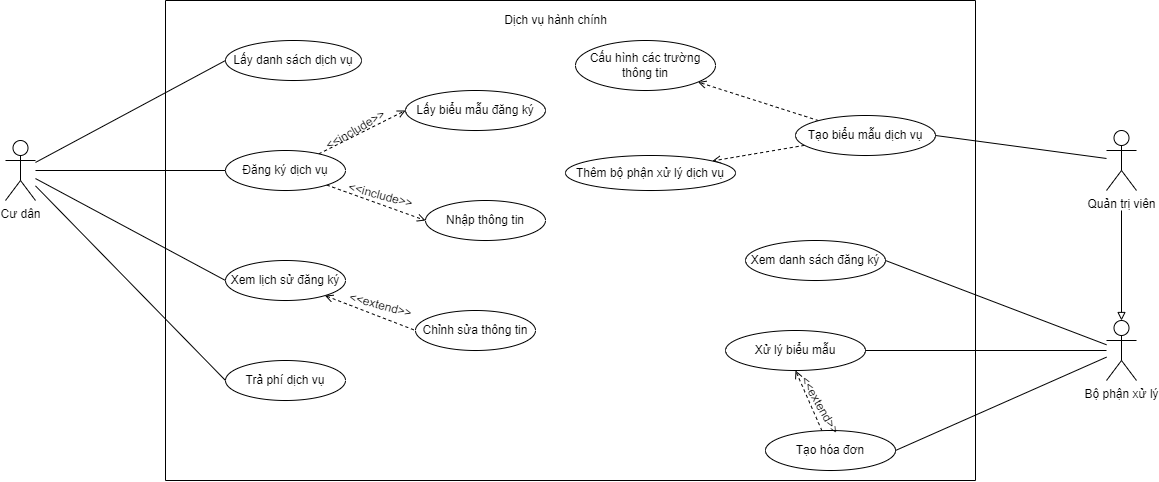
Before: usecase diagram/hành chính số.drawio.png, a diagram exported from draw.io (kienndhn/draw-io). Source tidied: cells renumbered, new cells last; positions are measured from the earlier drawing's top-left corner, leaving out a move shared by most shapes.
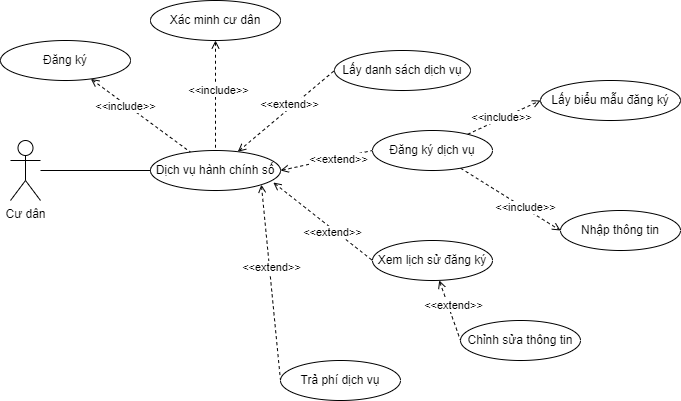
After the change.

Change to the diagram source:
```diff
@@ -2,116 +2,107 @@
   <root>
     <mxCell id="0" />
     <mxCell id="1" parent="0" />
-    <mxCell id="2" style="swimlane;startSize=0;" parent="1" vertex="1">
-      <mxGeometry x="160" width="810" height="480" as="geometry" />
-    </mxCell>
+    <mxCell id="26" style="rounded=0;jettySize=auto;html=1;entryX=0;entryY=0.5;entryDx=0;entryDy=0;endArrow=none;endFill=0;dashed=1;startArrow=open;startFill=0;" parent="1" edge="1" source="46" target="3">
+      <mxGeometry relative="1" as="geometry" />
+    </mxCell>
+    <mxCell id="39" value="&amp;lt;&amp;lt;extend&amp;gt;&amp;gt;" style="edgeLabel;html=1;align=center;verticalAlign=middle;" parent="26" vertex="1">
+      <mxGeometry x="0.11" y="3" relative="1" as="geometry">
+        <mxPoint x="-1" as="offset" />
+      </mxGeometry>
+    </mxCell>
+    <mxCell id="27" style="edgeStyle=none;rounded=0;jettySize=auto;html=1;entryX=0;entryY=0.5;entryDx=0;entryDy=0;endArrow=none;endFill=0;exitX=1;exitY=0.5;exitDx=0;exitDy=0;startArrow=open;startFill=0;dashed=1;" parent="1" edge="1" source="46" target="6">
+      <mxGeometry relative="1" as="geometry" />
+    </mxCell>
+    <mxCell id="40" value="&amp;lt;&amp;lt;extend&amp;gt;&amp;gt;" style="edgeLabel;html=1;align=center;verticalAlign=middle;" parent="27" vertex="1">
+      <mxGeometry x="0.25" y="-2" relative="1" as="geometry">
+        <mxPoint y="-1" as="offset" />
+      </mxGeometry>
+    </mxCell>
+    <mxCell id="28" style="edgeStyle=none;rounded=0;jettySize=auto;html=1;entryX=0;entryY=0.5;entryDx=0;entryDy=0;endArrow=none;endFill=0;exitX=0.945;exitY=0.8;exitDx=0;exitDy=0;exitPerimeter=0;dashed=1;startArrow=open;startFill=0;" parent="1" edge="1" source="46" target="13">
+      <mxGeometry relative="1" as="geometry" />
+    </mxCell>
+    <mxCell id="41" value="&amp;lt;&amp;lt;extend&amp;gt;&amp;gt;" style="edgeLabel;html=1;align=center;verticalAlign=middle;" parent="28" vertex="1">
+      <mxGeometry x="0.21" y="-3" relative="1" as="geometry" />
+    </mxCell>
+    <mxCell id="29" style="edgeStyle=none;rounded=0;jettySize=auto;html=1;entryX=0;entryY=0.5;entryDx=0;entryDy=0;endArrow=none;endFill=0;exitX=1;exitY=1;exitDx=0;exitDy=0;dashed=1;startArrow=open;startFill=0;" parent="1" edge="1" source="46" target="25">
+      <mxGeometry relative="1" as="geometry" />
+    </mxCell>
+    <mxCell id="42" value="&amp;lt;&amp;lt;extend&amp;gt;&amp;gt;" style="edgeLabel;html=1;align=center;verticalAlign=middle;" parent="29" vertex="1">
+      <mxGeometry x="-0.17" y="2" relative="1" as="geometry" />
+    </mxCell>
-    <mxCell id="3" value="Lấy danh sách dịch vụ" style="ellipse;whiteSpace=wrap;html=1;" parent="2" vertex="1">
-      <mxGeometry x="60" y="40" width="136" height="40" as="geometry" />
+    <mxCell id="3" value="Lấy danh sách dịch vụ" style="ellipse;whiteSpace=wrap;html=1;" parent="1" vertex="1">
+      <mxGeometry x="324" y="50" width="136" height="40" as="geometry" />
     </mxCell>
-    <mxCell id="4" style="edgeStyle=none;rounded=0;jettySize=auto;html=1;entryX=0;entryY=0.5;entryDx=0;entryDy=0;endArrow=open;endFill=0;dashed=1;" parent="2" edge="1" source="6" target="14">
+    <mxCell id="4" style="edgeStyle=none;rounded=0;jettySize=auto;html=1;entryX=0;entryY=0.5;entryDx=0;entryDy=0;endArrow=open;endFill=0;dashed=1;" parent="1" edge="1" source="6" target="14">
       <mxGeometry relative="1" as="geometry" />
     </mxCell>
+    <mxCell id="43" value="&amp;lt;&amp;lt;include&amp;gt;&amp;gt;" style="edgeLabel;html=1;align=center;verticalAlign=middle;" parent="4" vertex="1">
+      <mxGeometry x="-0.32" relative="1" as="geometry">
+        <mxPoint x="9" y="-6" as="offset" />
+      </mxGeometry>
+    </mxCell>
-    <mxCell id="5" style="edgeStyle=none;rounded=0;jettySize=auto;html=1;entryX=0;entryY=0.5;entryDx=0;entryDy=0;endArrow=open;endFill=0;dashed=1;" parent="2" edge="1" source="6" target="8">
+    <mxCell id="5" style="edgeStyle=none;rounded=0;jettySize=auto;html=1;entryX=0;entryY=0.5;entryDx=0;entryDy=0;endArrow=open;endFill=0;dashed=1;" parent="1" edge="1" source="6" target="8">
       <mxGeometry relative="1" as="geometry" />
     </mxCell>
+    <mxCell id="44" value="&amp;lt;&amp;lt;include&amp;gt;&amp;gt;" style="edgeLabel;html=1;align=center;verticalAlign=middle;" parent="5" vertex="1">
+      <mxGeometry x="0.26" y="1" relative="1" as="geometry">
+        <mxPoint x="1" as="offset" />
+      </mxGeometry>
+    </mxCell>
-    <mxCell id="6" value="Đăng ký dịch vụ" style="ellipse;whiteSpace=wrap;html=1;" parent="2" vertex="1">
-      <mxGeometry x="60" y="150" width="120" height="40" as="geometry" />
+    <mxCell id="6" value="Đăng ký dịch vụ" style="ellipse;whiteSpace=wrap;html=1;" parent="1" vertex="1">
+      <mxGeometry x="362" y="130" width="120" height="40" as="geometry" />
     </mxCell>
-    <mxCell id="7" value="Chỉnh sửa thông tin" style="ellipse;whiteSpace=wrap;html=1;" parent="2" vertex="1">
-      <mxGeometry x="250" y="310" width="120" height="40" as="geometry" />
+    <mxCell id="7" value="Chỉnh sửa thông tin" style="ellipse;whiteSpace=wrap;html=1;" parent="1" vertex="1">
+      <mxGeometry x="450" y="320" width="120" height="40" as="geometry" />
     </mxCell>
-    <mxCell id="8" value="Nhập thông tin" style="ellipse;whiteSpace=wrap;html=1;" parent="2" vertex="1">
-      <mxGeometry x="260" y="200" width="120" height="40" as="geometry" />
+    <mxCell id="8" value="Nhập thông tin" style="ellipse;whiteSpace=wrap;html=1;" parent="1" vertex="1">
+      <mxGeometry x="550" y="210" width="120" height="40" as="geometry" />
     </mxCell>
-    <mxCell id="9" style="rounded=0;jettySize=auto;html=1;dashed=1;endArrow=open;endFill=0;" parent="2" edge="1" source="11" target="18">
-      <mxGeometry relative="1" as="geometry" />
-    </mxCell>
-    <mxCell id="10" style="edgeStyle=none;rounded=0;jettySize=auto;html=1;entryX=1;entryY=0;entryDx=0;entryDy=0;dashed=1;endArrow=open;endFill=0;" parent="2" edge="1" source="11" target="19">
-      <mxGeometry relative="1" as="geometry" />
-    </mxCell>
-    <mxCell id="11" value="Tạo biểu mẫu dịch vụ" style="ellipse;whiteSpace=wrap;html=1;" parent="2" vertex="1">
-      <mxGeometry x="630" y="115" width="140" height="40" as="geometry" />
-    </mxCell>
-    <mxCell id="12" style="edgeStyle=none;rounded=0;jettySize=auto;html=1;entryX=0;entryY=0.5;entryDx=0;entryDy=0;endArrow=none;endFill=0;dashed=1;startArrow=open;startFill=0;" parent="2" edge="1" source="13" target="7">
+    <mxCell id="12" style="edgeStyle=none;rounded=0;jettySize=auto;html=1;entryX=0;entryY=0.5;entryDx=0;entryDy=0;endArrow=none;endFill=0;dashed=1;startArrow=open;startFill=0;" parent="1" edge="1" source="13" target="7">
       <mxGeometry relative="1" as="geometry" />
     </mxCell>
+    <mxCell id="45" value="&amp;lt;&amp;lt;extend&amp;gt;&amp;gt;" style="edgeLabel;html=1;align=center;verticalAlign=middle;" parent="12" vertex="1">
+      <mxGeometry x="0.28" relative="1" as="geometry">
+        <mxPoint y="-14" as="offset" />
+      </mxGeometry>
+    </mxCell>
-    <mxCell id="13" value="Xem lịch sử đăng ký" style="ellipse;whiteSpace=wrap;html=1;" parent="2" vertex="1">
-      <mxGeometry x="60" y="260" width="120" height="40" as="geometry" />
+    <mxCell id="13" value="Xem lịch sử đăng ký" style="ellipse;whiteSpace=wrap;html=1;" parent="1" vertex="1">
+      <mxGeometry x="362" y="240" width="120" height="40" as="geometry" />
     </mxCell>
-    <mxCell id="14" value="Lấy biểu mẫu đăng ký" style="ellipse;whiteSpace=wrap;html=1;" parent="2" vertex="1">
-      <mxGeometry x="240" y="90" width="140" height="40" as="geometry" />
+    <mxCell id="14" value="Lấy biểu mẫu đăng ký" style="ellipse;whiteSpace=wrap;html=1;" parent="1" vertex="1">
+      <mxGeometry x="530" y="80" width="140" height="40" as="geometry" />
     </mxCell>
-    <mxCell id="15" value="&amp;lt;&amp;lt;include&amp;gt;&amp;gt;" style="text;html=1;align=center;verticalAlign=middle;strokeColor=none;fillColor=none;rotation=15;" parent="2" vertex="1">
-      <mxGeometry x="170" y="180" width="90" height="30" as="geometry" />
-    </mxCell>
-    <mxCell id="16" value="&amp;lt;&amp;lt;include&amp;gt;&amp;gt;" style="text;html=1;align=center;verticalAlign=middle;strokeColor=none;fillColor=none;rotation=-30;" parent="2" vertex="1">
-      <mxGeometry x="145" y="115" width="90" height="30" as="geometry" />
-    </mxCell>
-    <mxCell id="17" value="&amp;lt;&amp;lt;extend&amp;gt;&amp;gt;" style="text;html=1;align=center;verticalAlign=middle;strokeColor=none;fillColor=none;rotation=15;" parent="2" vertex="1">
-      <mxGeometry x="170" y="290" width="90" height="30" as="geometry" />
-    </mxCell>
-    <mxCell id="18" value="Cấu hình các trường thông tin" style="ellipse;whiteSpace=wrap;html=1;" parent="2" vertex="1">
-      <mxGeometry x="410" y="40" width="140" height="50" as="geometry" />
-    </mxCell>
-    <mxCell id="19" value="Thêm bộ phận xử lý dịch vụ" style="ellipse;whiteSpace=wrap;html=1;" parent="2" vertex="1">
-      <mxGeometry x="400" y="155" width="170" height="35" as="geometry" />
-    </mxCell>
-    <mxCell id="20" value="Xem danh sách đăng ký" style="ellipse;whiteSpace=wrap;html=1;" parent="2" vertex="1">
-      <mxGeometry x="580" y="240" width="140" height="40" as="geometry" />
-    </mxCell>
-    <mxCell id="21" value="Xử lý biểu mẫu" style="ellipse;whiteSpace=wrap;html=1;" parent="2" vertex="1">
-      <mxGeometry x="560" y="330" width="140" height="40" as="geometry" />
-    </mxCell>
-    <mxCell id="22" style="edgeStyle=none;rounded=0;jettySize=auto;html=1;entryX=0.5;entryY=1;entryDx=0;entryDy=0;endArrow=open;endFill=0;dashed=1;" parent="2" edge="1" source="23" target="21">
-      <mxGeometry relative="1" as="geometry" />
-    </mxCell>
-    <mxCell id="23" value="Tạo hóa đơn" style="ellipse;whiteSpace=wrap;html=1;" parent="2" vertex="1">
-      <mxGeometry x="600" y="430" width="130" height="40" as="geometry" />
-    </mxCell>
-    <mxCell id="24" value="&amp;lt;&amp;lt;extend&amp;gt;&amp;gt;" style="text;html=1;align=center;verticalAlign=middle;strokeColor=none;fillColor=none;rotation=60;" parent="2" vertex="1">
-      <mxGeometry x="610" y="389.5" width="90" height="30" as="geometry" />
-    </mxCell>
-    <mxCell id="25" value="Trả phí dịch vụ" style="ellipse;whiteSpace=wrap;html=1;" parent="2" vertex="1">
-      <mxGeometry x="60" y="360" width="120" height="40" as="geometry" />
+    <mxCell id="25" value="Trả phí dịch vụ" style="ellipse;whiteSpace=wrap;html=1;" parent="1" vertex="1">
+      <mxGeometry x="270" y="360" width="120" height="40" as="geometry" />
     </mxCell>
-    <mxCell id="26" style="rounded=0;jettySize=auto;html=1;entryX=0;entryY=0.5;entryDx=0;entryDy=0;endArrow=none;endFill=0;" parent="1" edge="1" source="30" target="3">
-      <mxGeometry relative="1" as="geometry" />
-    </mxCell>
-    <mxCell id="27" style="edgeStyle=none;rounded=0;jettySize=auto;html=1;entryX=0;entryY=0.5;entryDx=0;entryDy=0;endArrow=none;endFill=0;" parent="1" edge="1" source="30" target="6">
-      <mxGeometry relative="1" as="geometry" />
-    </mxCell>
-    <mxCell id="28" style="edgeStyle=none;rounded=0;jettySize=auto;html=1;entryX=0;entryY=0.5;entryDx=0;entryDy=0;endArrow=none;endFill=0;" parent="1" edge="1" source="30" target="13">
-      <mxGeometry relative="1" as="geometry" />
-    </mxCell>
-    <mxCell id="29" style="edgeStyle=none;rounded=0;jettySize=auto;html=1;entryX=0;entryY=0.5;entryDx=0;entryDy=0;endArrow=none;endFill=0;" parent="1" edge="1" source="30" target="25">
-      <mxGeometry relative="1" as="geometry" />
-    </mxCell>
+    <mxCell id="46" value="Dịch vụ hành chính số" style="ellipse;whiteSpace=wrap;html=1;" parent="1" vertex="1">
+      <mxGeometry x="140" y="150" width="130" height="40" as="geometry" />
+    </mxCell>
+    <mxCell id="47" style="edgeStyle=none;rounded=0;jettySize=auto;html=1;entryX=0;entryY=0.5;entryDx=0;entryDy=0;startArrow=none;startFill=0;endArrow=none;endFill=0;" parent="1" edge="1" source="30" target="46">
+      <mxGeometry relative="1" as="geometry" />
+    </mxCell>
     <mxCell id="30" value="Cư dân" style="shape=umlActor;verticalLabelPosition=bottom;verticalAlign=top;html=1;outlineConnect=0;" parent="1" vertex="1">
       <mxGeometry y="140" width="30" height="60" as="geometry" />
     </mxCell>
-    <mxCell id="31" style="edgeStyle=none;rounded=0;jettySize=auto;html=1;entryX=1;entryY=0.5;entryDx=0;entryDy=0;endArrow=none;endFill=0;" parent="1" edge="1" source="32" target="11">
-      <mxGeometry relative="1" as="geometry" />
-    </mxCell>
-    <mxCell id="32" value="Quản trị viên" style="shape=umlActor;verticalLabelPosition=bottom;verticalAlign=top;html=1;outlineConnect=0;" parent="1" vertex="1">
-      <mxGeometry x="1101" y="130" width="30" height="60" as="geometry" />
-    </mxCell>
-    <mxCell id="33" style="edgeStyle=none;rounded=0;jettySize=auto;html=1;entryX=1;entryY=0.5;entryDx=0;entryDy=0;endArrow=none;endFill=0;" parent="1" edge="1" source="37" target="20">
-      <mxGeometry relative="1" as="geometry" />
-    </mxCell>
-    <mxCell id="34" style="edgeStyle=none;rounded=0;jettySize=auto;html=1;entryX=1;entryY=0.5;entryDx=0;entryDy=0;endArrow=none;endFill=0;" parent="1" edge="1" source="37" target="21">
-      <mxGeometry relative="1" as="geometry" />
-    </mxCell>
-    <mxCell id="35" style="edgeStyle=none;rounded=0;jettySize=auto;html=1;entryX=1;entryY=0.5;entryDx=0;entryDy=0;endArrow=none;endFill=0;" parent="1" edge="1" source="37" target="23">
-      <mxGeometry relative="1" as="geometry" />
-    </mxCell>
-    <mxCell id="36" style="edgeStyle=none;rounded=0;jettySize=auto;html=1;entryX=0.5;entryY=1.333;entryDx=0;entryDy=0;entryPerimeter=0;endArrow=none;endFill=0;startArrow=block;startFill=0;" parent="1" edge="1" source="37" target="32">
-      <mxGeometry relative="1" as="geometry" />
-    </mxCell>
-    <mxCell id="37" value="Bộ phận xử lý" style="shape=umlActor;verticalLabelPosition=bottom;verticalAlign=top;html=1;outlineConnect=0;" parent="1" vertex="1">
-      <mxGeometry x="1101" y="320" width="30" height="60" as="geometry" />
-    </mxCell>
-    <mxCell id="38" value="Dịch vụ hành chính" style="text;html=1;align=center;verticalAlign=middle;strokeColor=none;fillColor=none;" parent="1" vertex="1">
-      <mxGeometry x="485" y="5" width="130" height="30" as="geometry" />
-    </mxCell>
+    <mxCell id="48" style="edgeStyle=none;rounded=0;jettySize=auto;html=1;startArrow=open;startFill=0;endArrow=none;endFill=0;dashed=1;" parent="1" edge="1" source="50" target="46">
+      <mxGeometry relative="1" as="geometry" />
+    </mxCell>
+    <mxCell id="49" value="&amp;lt;&amp;lt;include&amp;gt;&amp;gt;" style="edgeLabel;html=1;align=center;verticalAlign=middle;" parent="48" vertex="1">
+      <mxGeometry x="-0.29" y="-1" relative="1" as="geometry" />
+    </mxCell>
+    <mxCell id="50" value="Đăng ký" style="ellipse;whiteSpace=wrap;html=1;" parent="1" vertex="1">
+      <mxGeometry x="-10" y="40" width="130" height="40" as="geometry" />
+    </mxCell>
+    <mxCell id="51" style="edgeStyle=none;rounded=0;jettySize=auto;html=1;entryX=0.5;entryY=0;entryDx=0;entryDy=0;dashed=1;startArrow=open;startFill=0;endArrow=none;endFill=0;" parent="1" edge="1" source="53" target="46">
+      <mxGeometry relative="1" as="geometry" />
+    </mxCell>
+    <mxCell id="52" value="&amp;lt;&amp;lt;include&amp;gt;&amp;gt;" style="edgeLabel;html=1;align=center;verticalAlign=middle;" parent="51" vertex="1">
+      <mxGeometry x="0.29" y="2" relative="1" as="geometry">
+        <mxPoint y="-21" as="offset" />
+      </mxGeometry>
+    </mxCell>
+    <mxCell id="53" value="Xác minh cư dân" style="ellipse;whiteSpace=wrap;html=1;" parent="1" vertex="1">
+      <mxGeometry x="140" width="130" height="40" as="geometry" />
+    </mxCell>
   </root>
 </mxGraphModel>
```
